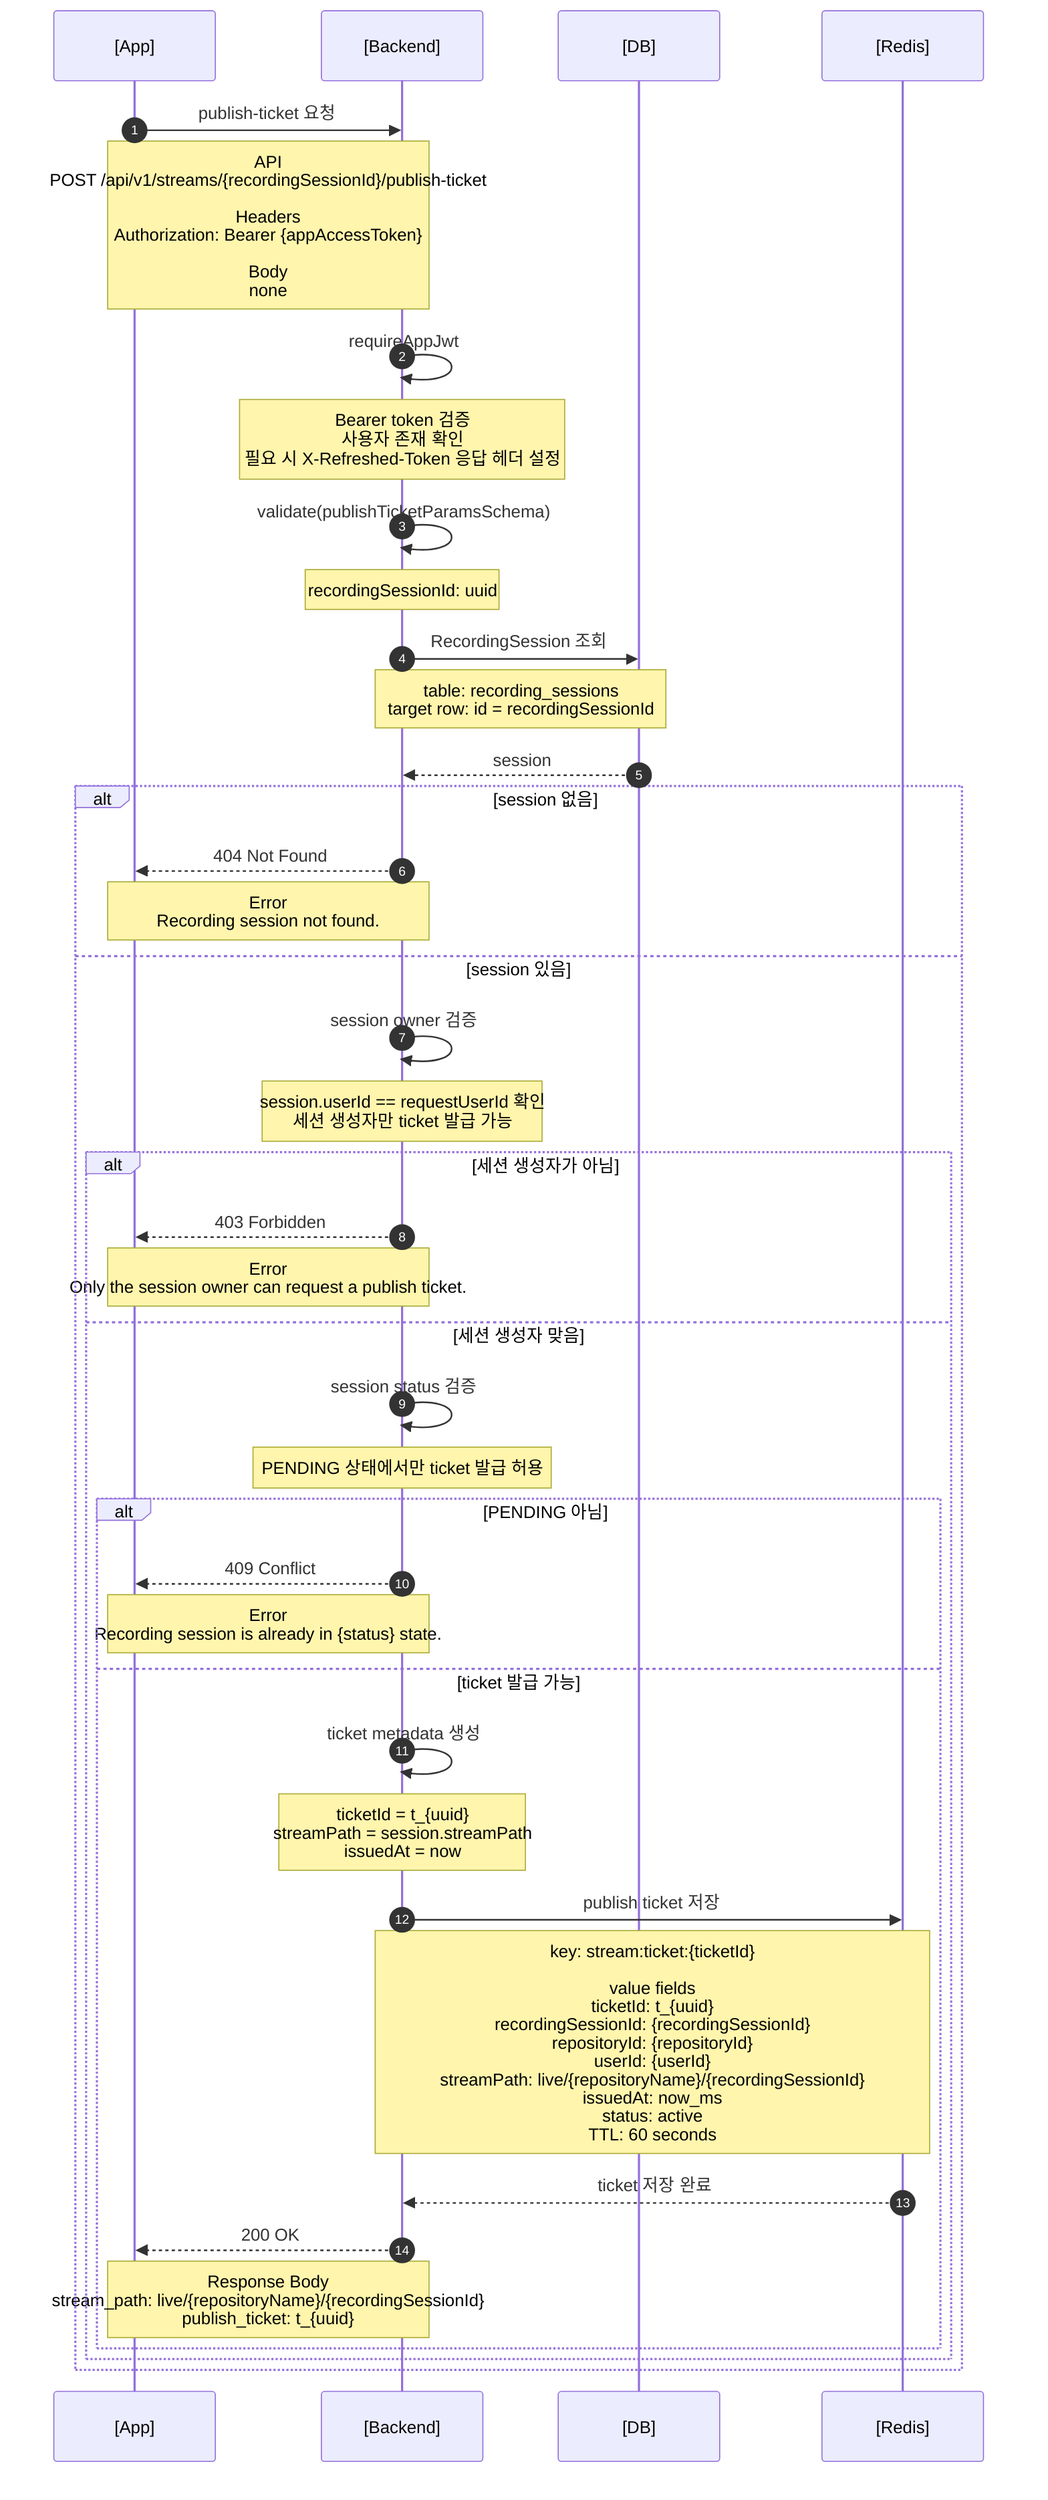
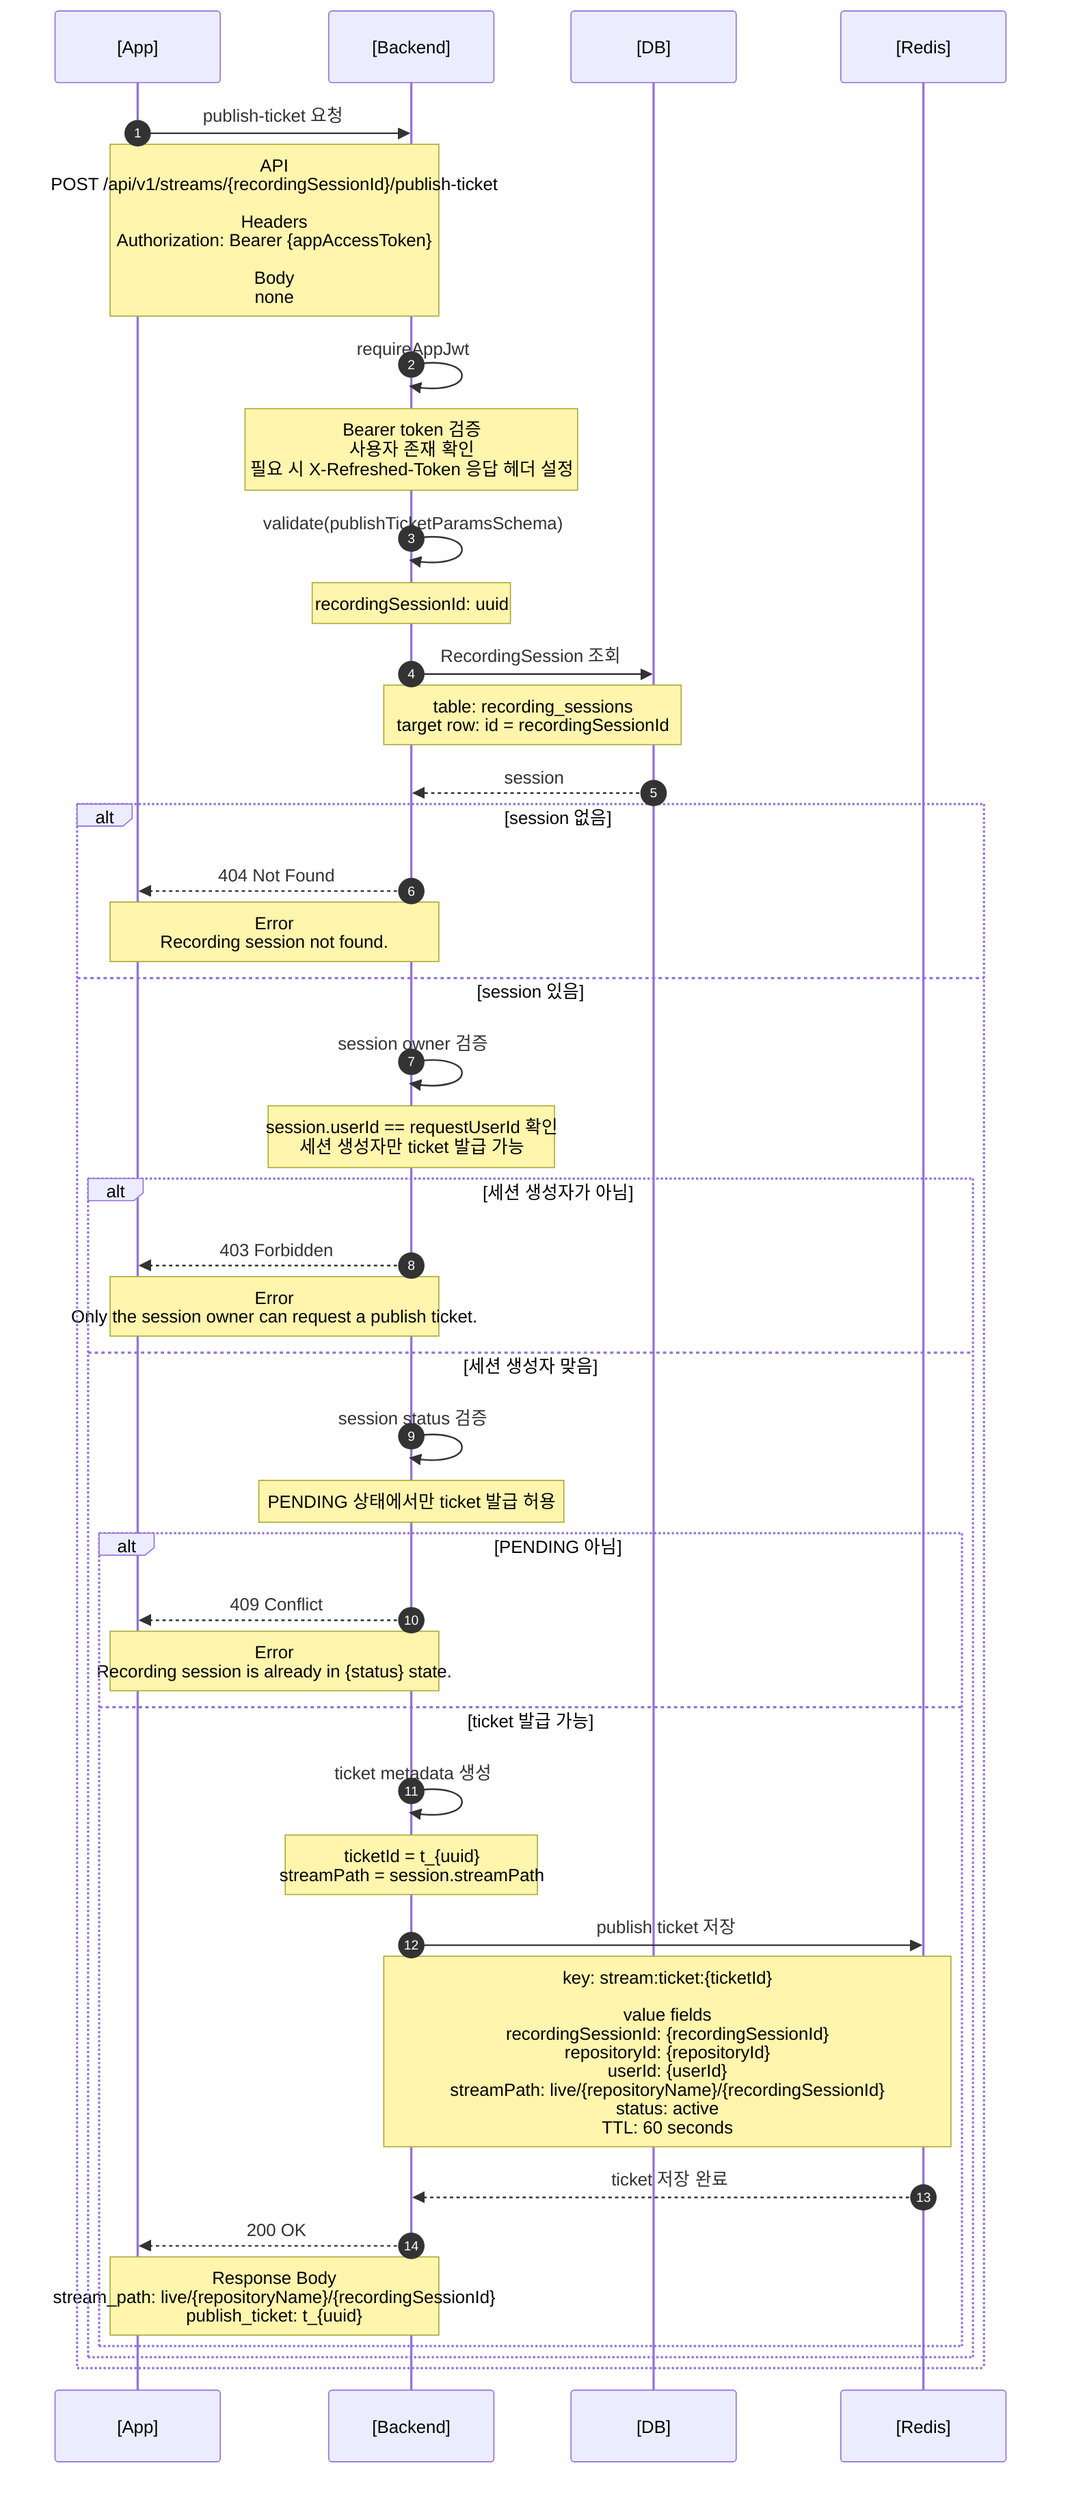
sequenceDiagram
  autonumber
  participant App as [App]
  participant Backend as [Backend]
  participant DB as [DB]
  participant Redis as [Redis]

  App->>Backend: publish-ticket 요청
  Note over App,Backend: API<br/>POST /api/v1/streams/{recordingSessionId}/publish-ticket<br/><br/>Headers<br/>Authorization: Bearer {appAccessToken}<br/><br/>Body<br/>none

  Backend->>Backend: requireAppJwt
  Note over Backend: Bearer token 검증<br/>사용자 존재 확인<br/>필요 시 X-Refreshed-Token 응답 헤더 설정
  Backend->>Backend: validate(publishTicketParamsSchema)
  Note over Backend: recordingSessionId: uuid

  Backend->>DB: RecordingSession 조회
  Note over Backend,DB: table: recording_sessions<br/>target row: id = recordingSessionId
  DB-->>Backend: session

  alt session 없음
    Backend-->>App: 404 Not Found
    Note over App,Backend: Error<br/>Recording session not found.
  else session 있음
    Backend->>Backend: session owner 검증
    Note over Backend: session.userId == requestUserId 확인<br/>세션 생성자만 ticket 발급 가능
    alt 세션 생성자가 아님
      Backend-->>App: 403 Forbidden
      Note over App,Backend: Error<br/>Only the session owner can request a publish ticket.
    else 세션 생성자 맞음
      Backend->>Backend: session status 검증
      Note over Backend: PENDING 상태에서만 ticket 발급 허용
      alt PENDING 아님
        Backend-->>App: 409 Conflict
        Note over App,Backend: Error<br/>Recording session is already in {status} state.
      else ticket 발급 가능
        Backend->>Backend: ticket metadata 생성
-         Note over Backend: ticketId = t_{uuid}<br/>streamPath = session.streamPath<br/>issuedAt = now
+         Note over Backend: ticketId = t_{uuid}<br/>streamPath = session.streamPath

        Backend->>Redis: publish ticket 저장
-         Note over Backend,Redis: key: stream:ticket:{ticketId}<br/><br/>value fields<br/>ticketId: t_{uuid}<br/>recordingSessionId: {recordingSessionId}<br/>repositoryId: {repositoryId}<br/>userId: {userId}<br/>streamPath: live/{repositoryName}/{recordingSessionId}<br/>issuedAt: now_ms<br/>status: active<br/>TTL: 60 seconds
+         Note over Backend,Redis: key: stream:ticket:{ticketId}<br/><br/>value fields<br/>recordingSessionId: {recordingSessionId}<br/>repositoryId: {repositoryId}<br/>userId: {userId}<br/>streamPath: live/{repositoryName}/{recordingSessionId}<br/>status: active<br/>TTL: 60 seconds
        Redis-->>Backend: ticket 저장 완료

        Backend-->>App: 200 OK
        Note over App,Backend: Response Body<br/>stream_path: live/{repositoryName}/{recordingSessionId}<br/>publish_ticket: t_{uuid}
      end
    end
  end

%% 참고:
%% publish-ticket 단계에서는 repository 권한을 재검증하지 않는다.
%% PENDING 등록 유효시간 만료도 검사하지 않고 recording_sessions row도 갱신하지 않는다.
%% publish-ticket 단계에서 Redis에 쓰는 값은 stream:ticket:{ticketId} 하나다.
%% expiresAt은 JSON에 저장하지 않고 Redis TTL만 사용한다.
%% 이후 RTMP publish/auth/stream-ready 흐름은 .mermaid/3.rtmp-publish.mmd에서 다룬다.
